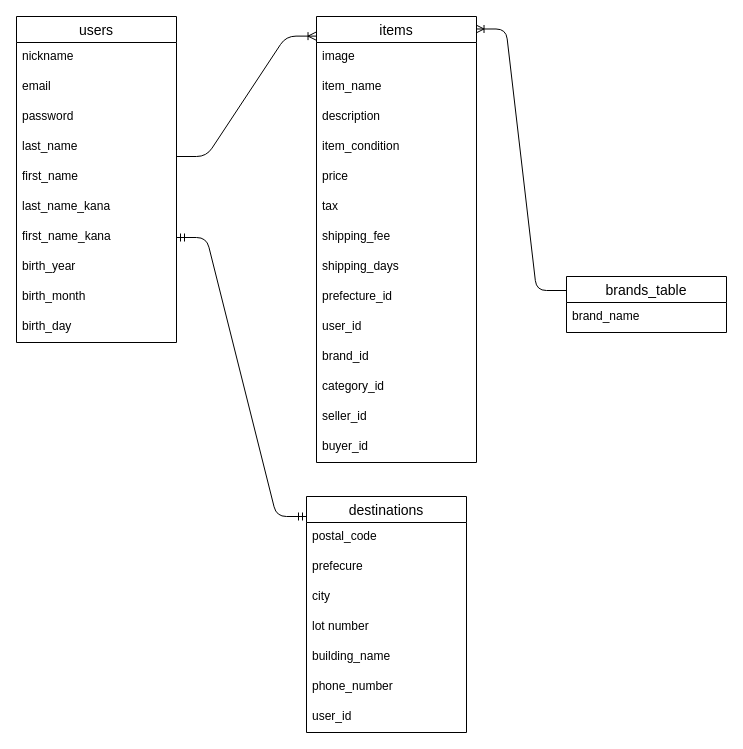
Earlier version of the draw.io diagram furima.dio (yokadai/furima-33926). Source tidied: cells renumbered, new cells numbered last; positions are measured from the earlier drawing's top-left corner, leaving out a move shared by most shapes. Both pictures are drawn from the tidied source at 100%, with x=0, y=0 at pixel (16, 16).
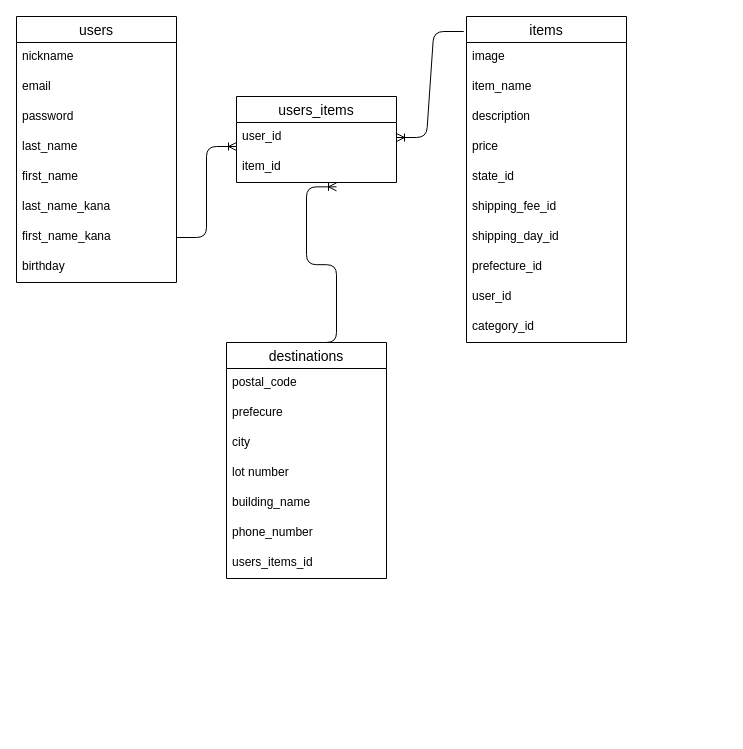
Above is the later version.

The change refers to these unchanged cells:
```xml
<mxCell id="24" value="first_name_kana" style="text;strokeColor=none;fillColor=none;spacingLeft=4;spacingRight=4;overflow=hidden;points=[[0,0.5],[1,0.5]];portConstraint=eastwest;fontSize=12;" parent="17" vertex="1">
  <mxGeometry y="206" width="160" height="30" as="geometry" />
</mxCell>
```

The edit, as a diff of the source:
```diff
@@
     <mxCell id="2" value="items" style="swimlane;fontStyle=0;horizontal=1;startSize=26;align=center;fontSize=14;" parent="1" vertex="1">
-      <mxGeometry x="300" width="160" height="446" as="geometry" />
+      <mxGeometry x="450" width="160" height="326" as="geometry" />
     </mxCell>
@@
+    <mxCell id="7" value="price" style="text;strokeColor=none;fillColor=none;spacingLeft=4;spacingRight=4;overflow=hidden;fontSize=12;" parent="2" vertex="1">
+      <mxGeometry y="116" width="160" height="30" as="geometry" />
+    </mxCell>
-    <mxCell id="6" value="item_condition&#10;" style="text;strokeColor=none;fillColor=none;spacingLeft=4;spacingRight=4;overflow=hidden;fontSize=12;" parent="2" vertex="1">
-      <mxGeometry y="116" width="160" height="30" as="geometry" />
+    <mxCell id="6" value="state_id" style="text;strokeColor=none;fillColor=none;spacingLeft=4;spacingRight=4;overflow=hidden;fontSize=12;" parent="2" vertex="1">
+      <mxGeometry y="146" width="160" height="30" as="geometry" />
     </mxCell>
-    <mxCell id="7" value="price" style="text;strokeColor=none;fillColor=none;spacingLeft=4;spacingRight=4;overflow=hidden;fontSize=12;" parent="2" vertex="1">
-      <mxGeometry y="146" width="160" height="30" as="geometry" />
-    </mxCell>
-    <mxCell id="8" value="tax&#10;" style="text;strokeColor=none;fillColor=none;spacingLeft=4;spacingRight=4;overflow=hidden;fontSize=12;" parent="2" vertex="1">
-      <mxGeometry y="176" width="160" height="30" as="geometry" />
-    </mxCell>
-    <mxCell id="9" value="shipping_fee" style="text;strokeColor=none;fillColor=none;spacingLeft=4;spacingRight=4;overflow=hidden;fontSize=12;" parent="2" vertex="1">
-      <mxGeometry y="206" width="160" height="30" as="geometry" />
+    <mxCell id="9" value="shipping_fee_id" style="text;strokeColor=none;fillColor=none;spacingLeft=4;spacingRight=4;overflow=hidden;fontSize=12;" parent="2" vertex="1">
+      <mxGeometry y="176" width="160" height="30" as="geometry" />
     </mxCell>
-    <mxCell id="10" value="shipping_days" style="text;strokeColor=none;fillColor=none;spacingLeft=4;spacingRight=4;overflow=hidden;fontSize=12;" parent="2" vertex="1">
-      <mxGeometry y="236" width="160" height="30" as="geometry" />
+    <mxCell id="10" value="shipping_day_id" style="text;strokeColor=none;fillColor=none;spacingLeft=4;spacingRight=4;overflow=hidden;fontSize=12;" parent="2" vertex="1">
+      <mxGeometry y="206" width="160" height="30" as="geometry" />
     </mxCell>
     <mxCell id="11" value="prefecture_id" style="text;strokeColor=none;fillColor=none;spacingLeft=4;spacingRight=4;overflow=hidden;fontSize=12;" parent="2" vertex="1">
-      <mxGeometry y="266" width="160" height="30" as="geometry" />
+      <mxGeometry y="236" width="160" height="30" as="geometry" />
     </mxCell>
     <mxCell id="12" value="user_id" style="text;strokeColor=none;fillColor=none;spacingLeft=4;spacingRight=4;overflow=hidden;fontSize=12;" parent="2" vertex="1">
-      <mxGeometry y="296" width="160" height="30" as="geometry" />
+      <mxGeometry y="266" width="160" height="30" as="geometry" />
     </mxCell>
-    <mxCell id="13" value="brand_id" style="text;strokeColor=none;fillColor=none;spacingLeft=4;spacingRight=4;overflow=hidden;fontSize=12;" parent="2" vertex="1">
-      <mxGeometry y="326" width="160" height="30" as="geometry" />
-    </mxCell>
     <mxCell id="14" value="category_id" style="text;strokeColor=none;fillColor=none;spacingLeft=4;spacingRight=4;overflow=hidden;fontSize=12;" parent="2" vertex="1">
-      <mxGeometry y="356" width="160" height="30" as="geometry" />
+      <mxGeometry y="296" width="160" height="30" as="geometry" />
     </mxCell>
-    <mxCell id="15" value="seller_id" style="text;strokeColor=none;fillColor=none;spacingLeft=4;spacingRight=4;overflow=hidden;fontSize=12;" parent="2" vertex="1">
-      <mxGeometry y="386" width="160" height="30" as="geometry" />
-    </mxCell>
-    <mxCell id="16" value="buyer_id" style="text;strokeColor=none;fillColor=none;spacingLeft=4;spacingRight=4;overflow=hidden;fontSize=12;" parent="2" vertex="1">
-      <mxGeometry y="416" width="160" height="30" as="geometry" />
-    </mxCell>
     <mxCell id="17" value="users" style="swimlane;fontStyle=0;horizontal=1;startSize=26;align=center;fontSize=14;" parent="1" vertex="1">
-      <mxGeometry width="160" height="326" as="geometry" />
+      <mxGeometry width="160" height="266" as="geometry" />
     </mxCell>
@@
-    <mxCell id="25" value="birth_year" style="text;strokeColor=none;fillColor=none;spacingLeft=4;spacingRight=4;overflow=hidden;fontSize=12;" parent="17" vertex="1">
-      <mxGeometry y="236" width="160" height="30" as="geometry" />
-    </mxCell>
-    <mxCell id="26" value="birth_month" style="text;strokeColor=none;fillColor=none;spacingLeft=4;spacingRight=4;overflow=hidden;fontSize=12;" parent="17" vertex="1">
-      <mxGeometry y="266" width="160" height="30" as="geometry" />
-    </mxCell>
-    <mxCell id="27" value="birth_day" style="text;strokeColor=none;fillColor=none;spacingLeft=4;spacingRight=4;overflow=hidden;fontSize=12;" parent="17" vertex="1">
-      <mxGeometry y="296" width="160" height="30" as="geometry" />
+    <mxCell id="27" value="birthday" style="text;strokeColor=none;fillColor=none;spacingLeft=4;spacingRight=4;overflow=hidden;fontSize=12;" parent="17" vertex="1">
+      <mxGeometry y="236" width="160" height="30" as="geometry" />
     </mxCell>
     <mxCell id="28" value="destinations" style="swimlane;fontStyle=0;horizontal=1;startSize=26;align=center;fontSize=14;" parent="1" vertex="1">
-      <mxGeometry x="290" y="480" width="160" height="236" as="geometry" />
+      <mxGeometry x="210" y="326" width="160" height="236" as="geometry" />
     </mxCell>
@@
-    <mxCell id="35" value="user_id" style="text;strokeColor=none;fillColor=none;spacingLeft=4;spacingRight=4;overflow=hidden;fontSize=12;" parent="28" vertex="1">
+    <mxCell id="35" value="users_items_id" style="text;strokeColor=none;fillColor=none;spacingLeft=4;spacingRight=4;overflow=hidden;fontSize=12;" parent="28" vertex="1">
       <mxGeometry y="206" width="160" height="30" as="geometry" />
     </mxCell>
-    <mxCell id="36" value="brands_table" style="swimlane;fontStyle=0;horizontal=1;startSize=26;align=center;fontSize=14;" parent="1" vertex="1">
-      <mxGeometry x="550" y="260" width="160" height="56" as="geometry" />
-    </mxCell>
-    <mxCell id="37" value="brand_name" style="text;strokeColor=none;fillColor=none;spacingLeft=4;spacingRight=4;overflow=hidden;fontSize=12;" parent="36" vertex="1">
-      <mxGeometry y="26" width="160" height="30" as="geometry" />
-    </mxCell>
-    <mxCell id="38" style="edgeStyle=entityRelationEdgeStyle;fontSize=12;html=1;endArrow=ERoneToMany;entryX=-0.003;entryY=0.044;entryDx=0;entryDy=0;entryPerimeter=0;" parent="1" edge="1" target="2">
-      <mxGeometry relative="1" as="geometry">
-        <mxPoint x="160" y="140" as="sourcePoint" />
-      </mxGeometry>
-    </mxCell>
-    <mxCell id="39" style="edgeStyle=entityRelationEdgeStyle;fontSize=12;html=1;endArrow=ERmandOne;startArrow=ERmandOne;exitX=1;exitY=0.5;exitDx=0;exitDy=0;" parent="1" edge="1" source="24">
-      <mxGeometry relative="1" as="geometry">
-        <mxPoint x="290" y="500" as="targetPoint" />
-      </mxGeometry>
-    </mxCell>
-    <mxCell id="40" style="edgeStyle=entityRelationEdgeStyle;fontSize=12;html=1;endArrow=ERoneToMany;entryX=0.997;entryY=0.028;entryDx=0;entryDy=0;exitX=0;exitY=0.25;exitDx=0;exitDy=0;entryPerimeter=0;" parent="1" edge="1" source="36" target="2">
-      <mxGeometry relative="1" as="geometry" />
-    </mxCell>
+    <mxCell id="41" value="users_items" style="swimlane;fontStyle=0;horizontal=1;startSize=26;align=center;fontSize=14;" parent="1" vertex="1">
+      <mxGeometry x="220" y="80" width="160" height="86" as="geometry" />
+    </mxCell>
+    <mxCell id="42" value="user_id" style="text;strokeColor=none;fillColor=none;spacingLeft=4;spacingRight=4;overflow=hidden;points=[[0,0.5],[1,0.5]];portConstraint=eastwest;fontSize=12;" parent="41" vertex="1">
+      <mxGeometry y="26" width="160" height="30" as="geometry" />
+    </mxCell>
+    <mxCell id="43" value="item_id" style="text;strokeColor=none;fillColor=none;spacingLeft=4;spacingRight=4;overflow=hidden;points=[[0,0.5],[1,0.5]];portConstraint=eastwest;fontSize=12;" parent="41" vertex="1">
+      <mxGeometry y="56" width="160" height="30" as="geometry" />
+    </mxCell>
+    <mxCell id="44" style="edgeStyle=entityRelationEdgeStyle;fontSize=12;html=1;endArrow=ERoneToMany;exitX=1;exitY=0.5;exitDx=0;exitDy=0;" parent="1" edge="1" source="24">
+      <mxGeometry relative="1" as="geometry">
+        <mxPoint x="220" y="130" as="targetPoint" />
+      </mxGeometry>
+    </mxCell>
+    <mxCell id="45" style="edgeStyle=entityRelationEdgeStyle;fontSize=12;html=1;endArrow=ERoneToMany;entryX=1;entryY=0.5;entryDx=0;entryDy=0;exitX=-0.017;exitY=0.046;exitDx=0;exitDy=0;exitPerimeter=0;" parent="1" edge="1" source="2" target="42">
+      <mxGeometry relative="1" as="geometry" />
+    </mxCell>
+    <mxCell id="46" style="edgeStyle=entityRelationEdgeStyle;fontSize=12;html=1;endArrow=ERoneToMany;exitX=0.5;exitY=0;exitDx=0;exitDy=0;entryX=0.625;entryY=1.145;entryDx=0;entryDy=0;entryPerimeter=0;" parent="1" edge="1" source="28" target="43">
+      <mxGeometry relative="1" as="geometry" />
+    </mxCell>
```
